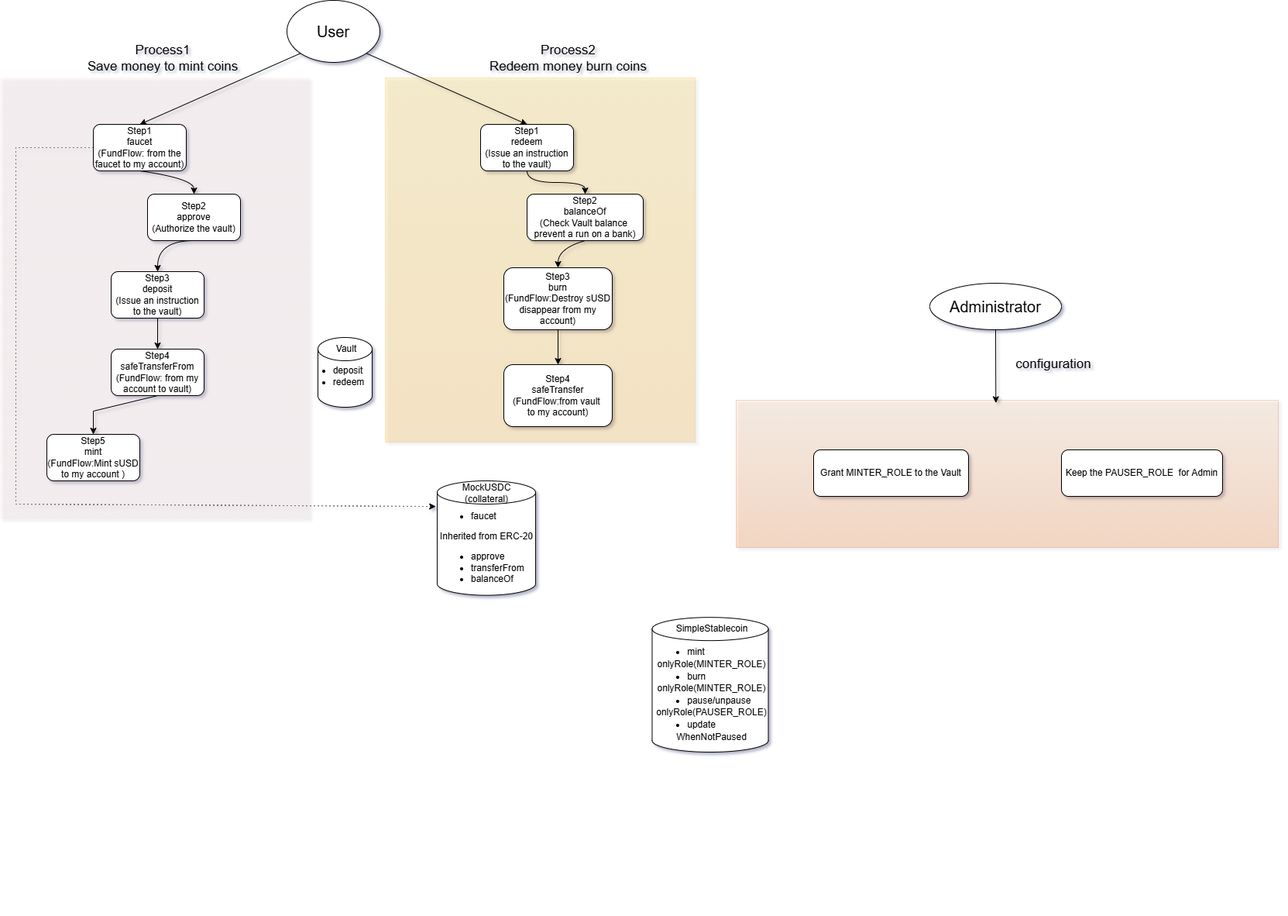
Above: architecture.png in xiaomangli69-max/stablecoin-lab-2026 (draw.io), before the change. Source tidied: cells renumbered, new cells last; positions are measured from the earlier drawing's top-left corner, leaving out a move shared by most shapes.
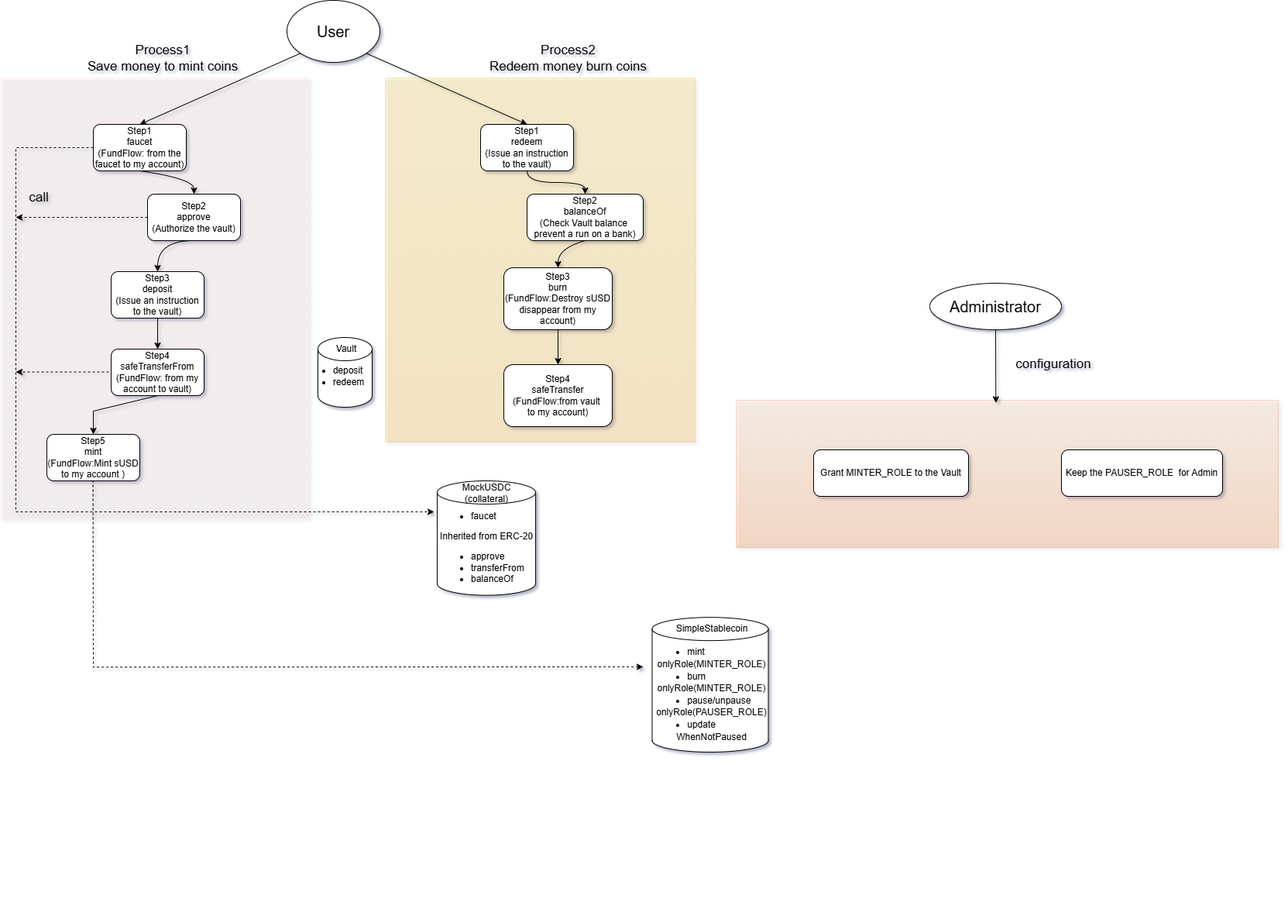
The same diagram one commit later.

Diff of the diagram source:
```diff
@@ -142,13 +142,37 @@
     <mxCell id="42" value="&lt;font style=&quot;font-size: 17px;&quot;&gt;configuration&lt;/font&gt;" style="text;html=1;whiteSpace=wrap;strokeColor=none;fillColor=none;align=center;verticalAlign=middle;rounded=0;" parent="1" vertex="1">
       <mxGeometry x="1330" y="455" width="60" height="30" as="geometry" />
     </mxCell>
-    <mxCell id="43" style="endArrow=classic;html=1;rounded=0;exitX=0;exitY=0.5;exitDx=0;exitDy=0;entryX=-0.014;entryY=0.224;entryDx=0;entryDy=0;entryPerimeter=0;dashed=1;dashPattern=1 4;" parent="1" edge="1" source="6" target="31">
-      <mxGeometry x="-0.36" relative="1" as="geometry">
-        <Array as="points">
-          <mxPoint x="20" y="190" />
-          <mxPoint x="20" y="650" />
-        </Array>
-      </mxGeometry>
-    </mxCell>
+    <mxCell id="44" value="call" style="text;html=1;whiteSpace=wrap;strokeColor=none;fillColor=none;align=center;verticalAlign=middle;rounded=0;fontSize=17;" parent="1" vertex="1">
+      <mxGeometry x="20" y="240" width="60" height="30" as="geometry" />
+    </mxCell>
+    <mxCell id="45" style="endArrow=classic;dashed=1;html=1;rounded=0;exitX=0;exitY=0.5;exitDx=0;exitDy=0;startArrow=none;startFill=0;endFill=1;" parent="1" edge="1" source="10">
+      <mxGeometry relative="1" as="geometry">
+        <mxPoint x="20" y="280" as="targetPoint" />
+      </mxGeometry>
+    </mxCell>
+    <mxCell id="46" style="endArrow=classic;dashed=1;html=1;rounded=0;exitX=0;exitY=0.5;exitDx=0;exitDy=0;endFill=1;" parent="1" edge="1" source="6">
+      <mxGeometry x="-0.86" relative="1" as="geometry">
+        <mxPoint x="560" y="660" as="targetPoint" />
+        <Array as="points">
+          <mxPoint x="20" y="190" />
+          <mxPoint x="20" y="660" />
+        </Array>
+      </mxGeometry>
+    </mxCell>
+    <mxCell id="47" style="endArrow=classic;dashed=1;html=1;rounded=0;startArrow=none;startFill=0;endFill=1;" parent="1" edge="1">
+      <mxGeometry relative="1" as="geometry">
+        <mxPoint x="140" y="479.5" as="sourcePoint" />
+        <mxPoint x="20" y="479.5" as="targetPoint" />
+      </mxGeometry>
+    </mxCell>
+    <mxCell id="48" style="endArrow=none;dashed=1;html=1;rounded=0;entryX=0.403;entryY=1.06;entryDx=0;entryDy=0;endFill=0;startArrow=classic;startFill=1;" parent="1" edge="1">
+      <mxGeometry relative="1" as="geometry">
+        <mxPoint x="830" y="860" as="sourcePoint" />
+        <mxPoint x="119.6" y="620" as="targetPoint" />
+        <Array as="points">
+          <mxPoint x="120" y="860.4" />
+        </Array>
+      </mxGeometry>
+    </mxCell>
   </root>
 </mxGraphModel>
```
